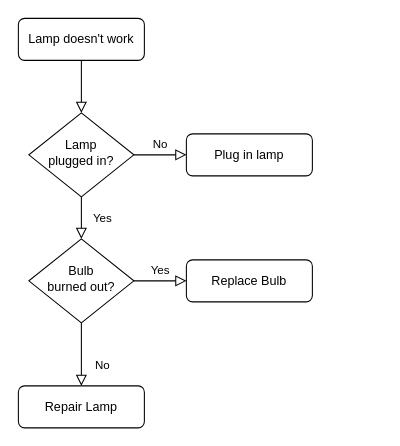
Earlier version of the draw.io diagram NewsFeed.drawio (CharanPera/SystemDesign). Source tidied: cells renumbered, new cells numbered last; positions are measured from the earlier drawing's top-left corner, leaving out a move shared by most shapes. Both pictures are drawn from the tidied source at 105%, with x=0, y=0 at pixel (18, 18).
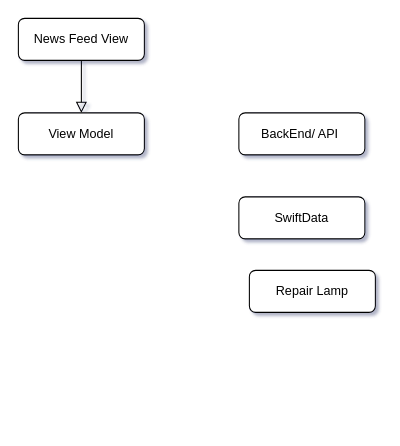
The same diagram, later.

The edit, as a diff of the source:
```diff
@@
-<mxGraphModel>
+<mxGraphModel shadow="1">
   <root>
     <mxCell id="0" />
     <mxCell id="1" parent="0" />
-    <mxCell id="2" style="rounded=0;html=1;jettySize=auto;fontSize=11;endArrow=block;endFill=0;endSize=8;strokeWidth=1;shadow=0;labelBackgroundColor=none;edgeStyle=orthogonalEdgeStyle;" parent="1" edge="1" source="3" target="6">
-      <mxGeometry relative="1" as="geometry" />
+    <mxCell id="2" style="rounded=1;html=1;jettySize=auto;fontSize=11;endArrow=block;endFill=0;endSize=8;strokeWidth=1;shadow=0;labelBackgroundColor=none;edgeStyle=orthogonalEdgeStyle;" parent="1" edge="1" source="3">
+      <mxGeometry relative="1" as="geometry">
+        <mxPoint x="60" y="90" as="targetPoint" />
+      </mxGeometry>
     </mxCell>
-    <mxCell id="3" value="Lamp doesn't work" style="rounded=1;whiteSpace=wrap;html=1;fontSize=12;glass=0;strokeWidth=1;shadow=0;" parent="1" vertex="1">
+    <mxCell id="3" value="News Feed View" style="rounded=1;whiteSpace=wrap;html=1;fontSize=12;glass=0;strokeWidth=1;shadow=0;" parent="1" vertex="1">
       <mxGeometry width="120" height="40" as="geometry" />
     </mxCell>
-    <mxCell id="4" value="Yes" style="rounded=0;html=1;jettySize=auto;fontSize=11;endArrow=block;endFill=0;endSize=8;strokeWidth=1;shadow=0;labelBackgroundColor=none;edgeStyle=orthogonalEdgeStyle;" parent="1" edge="1" source="6" target="10">
-      <mxGeometry y="20" relative="1" as="geometry" />
-    </mxCell>
-    <mxCell id="5" value="No" style="edgeStyle=orthogonalEdgeStyle;rounded=0;html=1;jettySize=auto;fontSize=11;endArrow=block;endFill=0;endSize=8;strokeWidth=1;shadow=0;labelBackgroundColor=none;" parent="1" edge="1" source="6" target="7">
-      <mxGeometry y="10" relative="1" as="geometry" />
-    </mxCell>
-    <mxCell id="6" value="Lamp&lt;br&gt;plugged in?" style="rhombus;whiteSpace=wrap;html=1;shadow=0;fontFamily=Helvetica;fontSize=12;align=center;strokeWidth=1;spacing=6;spacingTop=-4;" parent="1" vertex="1">
-      <mxGeometry x="10" y="90" width="100" height="80" as="geometry" />
-    </mxCell>
-    <mxCell id="7" value="Plug in lamp" style="rounded=1;whiteSpace=wrap;html=1;fontSize=12;glass=0;strokeWidth=1;shadow=0;" parent="1" vertex="1">
-      <mxGeometry x="160" y="110" width="120" height="40" as="geometry" />
+    <mxCell id="7" value="BackEnd/ API&amp;nbsp;" style="rounded=1;whiteSpace=wrap;html=1;fontSize=12;glass=0;strokeWidth=1;shadow=0;" parent="1" vertex="1">
+      <mxGeometry x="210" y="90" width="120" height="40" as="geometry" />
     </mxCell>
-    <mxCell id="8" value="No" style="rounded=0;html=1;jettySize=auto;fontSize=11;endArrow=block;endFill=0;endSize=8;strokeWidth=1;shadow=0;labelBackgroundColor=none;edgeStyle=orthogonalEdgeStyle;" parent="1" edge="1" source="10" target="11">
-      <mxGeometry x="0.33" y="20" relative="1" as="geometry" />
-    </mxCell>
-    <mxCell id="9" value="Yes" style="edgeStyle=orthogonalEdgeStyle;rounded=0;html=1;jettySize=auto;fontSize=11;endArrow=block;endFill=0;endSize=8;strokeWidth=1;shadow=0;labelBackgroundColor=none;" parent="1" edge="1" source="10" target="12">
-      <mxGeometry y="10" relative="1" as="geometry" />
-    </mxCell>
-    <mxCell id="10" value="Bulb&lt;br&gt;burned out?" style="rhombus;whiteSpace=wrap;html=1;shadow=0;fontFamily=Helvetica;fontSize=12;align=center;strokeWidth=1;spacing=6;spacingTop=-4;" parent="1" vertex="1">
-      <mxGeometry x="10" y="210" width="100" height="80" as="geometry" />
-    </mxCell>
     <mxCell id="11" value="Repair Lamp" style="rounded=1;whiteSpace=wrap;html=1;fontSize=12;glass=0;strokeWidth=1;shadow=0;" parent="1" vertex="1">
-      <mxGeometry y="350" width="120" height="40" as="geometry" />
+      <mxGeometry x="220" y="240" width="120" height="40" as="geometry" />
     </mxCell>
-    <mxCell id="12" value="Replace Bulb" style="rounded=1;whiteSpace=wrap;html=1;fontSize=12;glass=0;strokeWidth=1;shadow=0;" parent="1" vertex="1">
-      <mxGeometry x="160" y="230" width="120" height="40" as="geometry" />
+    <mxCell id="12" value="SwiftData" style="rounded=1;whiteSpace=wrap;html=1;fontSize=12;glass=0;strokeWidth=1;shadow=0;" parent="1" vertex="1">
+      <mxGeometry x="210" y="170" width="120" height="40" as="geometry" />
     </mxCell>
+    <mxCell id="13" value="View Model" style="rounded=1;whiteSpace=wrap;html=1;fontSize=12;glass=0;strokeWidth=1;shadow=0;" parent="1" vertex="1">
+      <mxGeometry y="90" width="120" height="40" as="geometry" />
+    </mxCell>
   </root>
 </mxGraphModel>
```
